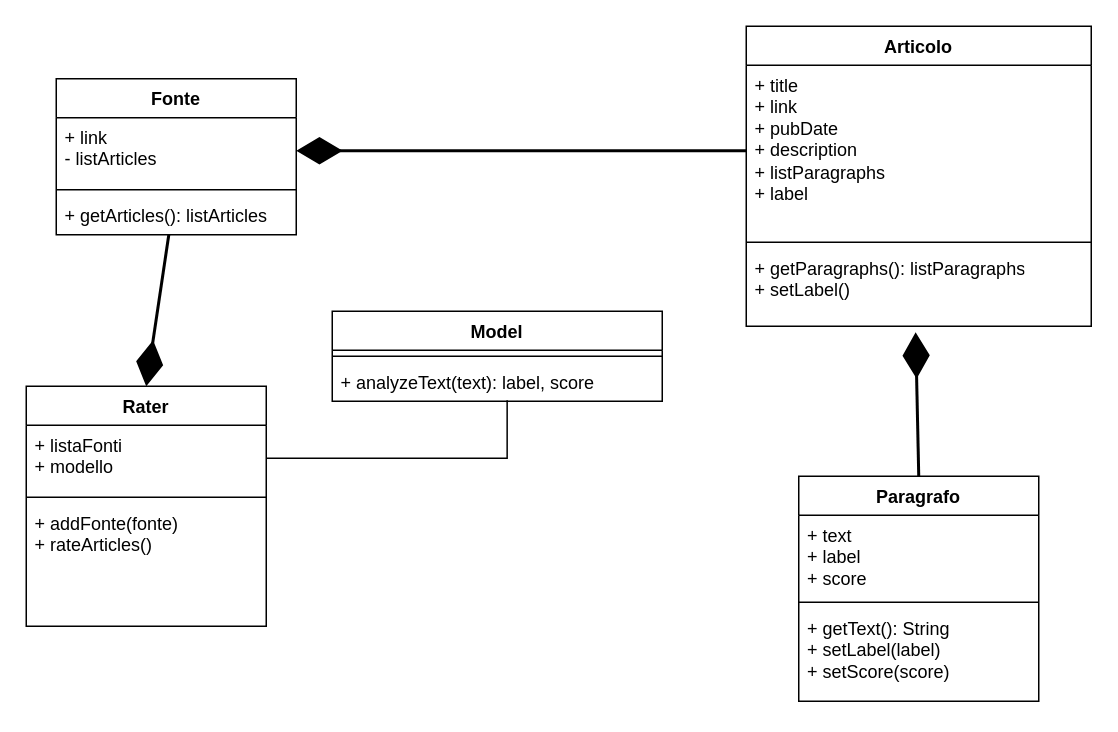
Before: diagrams/uml_fine.drawio in 9gusgusgus9/web_scraper, a draw.io diagram. Source tidied: cells renumbered, new cells numbered last; positions are measured from the earlier drawing's top-left corner, leaving out a move shared by most shapes. Both pictures are drawn from the tidied source at 150%, with x=0, y=0 at pixel (26, 26).
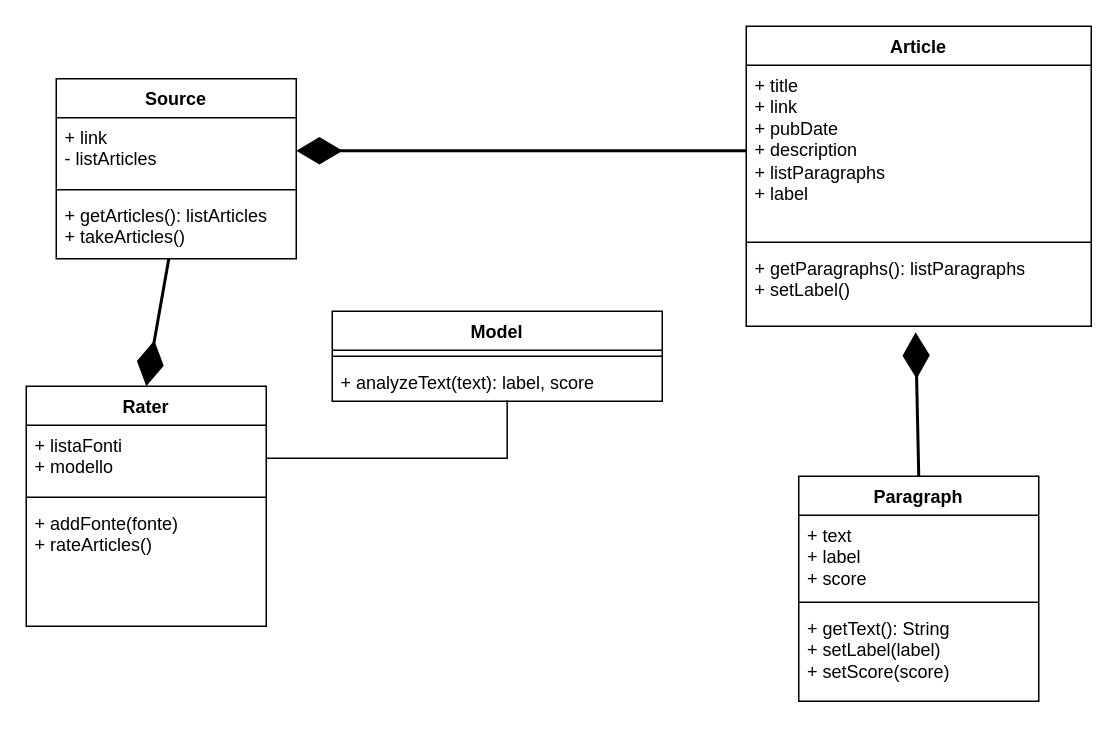
Above is the later version.

Change to the diagram source:
```diff
@@
-    <mxCell id="2" value="Fonte" style="swimlane;fontStyle=1;align=center;verticalAlign=top;horizontal=1;startSize=26;whiteSpace=wrap;html=1;" parent="1" vertex="1">
-      <mxGeometry x="20" y="35" width="160" height="104" as="geometry" />
+    <mxCell id="2" value="&lt;div&gt;Source&lt;/div&gt;" style="swimlane;fontStyle=1;align=center;verticalAlign=top;horizontal=1;startSize=26;whiteSpace=wrap;html=1;" parent="1" vertex="1">
+      <mxGeometry x="20" y="35" width="160" height="120" as="geometry" />
     </mxCell>
@@
-    <mxCell id="5" value="+ getArticles(): listArticles&lt;br&gt;" style="text;strokeColor=none;fillColor=none;align=left;verticalAlign=top;spacingLeft=4;spacingRight=4;overflow=hidden;points=[[0,0.5],[1,0.5]];portConstraint=eastwest;whiteSpace=wrap;html=1;" parent="2" vertex="1">
-      <mxGeometry y="78" width="160" height="26" as="geometry" />
+    <mxCell id="5" value="&lt;div&gt;+ getArticles(): listArticles&lt;/div&gt;&lt;div&gt;+ takeArticles()&lt;br&gt;&lt;/div&gt;" style="text;strokeColor=none;fillColor=none;align=left;verticalAlign=top;spacingLeft=4;spacingRight=4;overflow=hidden;points=[[0,0.5],[1,0.5]];portConstraint=eastwest;whiteSpace=wrap;html=1;" parent="2" vertex="1">
+      <mxGeometry y="78" width="160" height="42" as="geometry" />
     </mxCell>
-    <mxCell id="6" value="Articolo" style="swimlane;fontStyle=1;align=center;verticalAlign=top;horizontal=1;startSize=26;whiteSpace=wrap;html=1;" parent="1" vertex="1">
+    <mxCell id="6" value="Article" style="swimlane;fontStyle=1;align=center;verticalAlign=top;horizontal=1;startSize=26;whiteSpace=wrap;html=1;" parent="1" vertex="1">
       <mxGeometry x="480" width="230" height="200" as="geometry" />
     </mxCell>
@@
-    <mxCell id="10" value="Paragrafo" style="swimlane;fontStyle=1;align=center;verticalAlign=top;horizontal=1;startSize=26;whiteSpace=wrap;html=1;" parent="1" vertex="1">
+    <mxCell id="10" value="&lt;div&gt;Paragraph&lt;/div&gt;" style="swimlane;fontStyle=1;align=center;verticalAlign=top;horizontal=1;startSize=26;whiteSpace=wrap;html=1;" parent="1" vertex="1">
       <mxGeometry x="515" y="300" width="160" height="150" as="geometry" />
     </mxCell>
```
